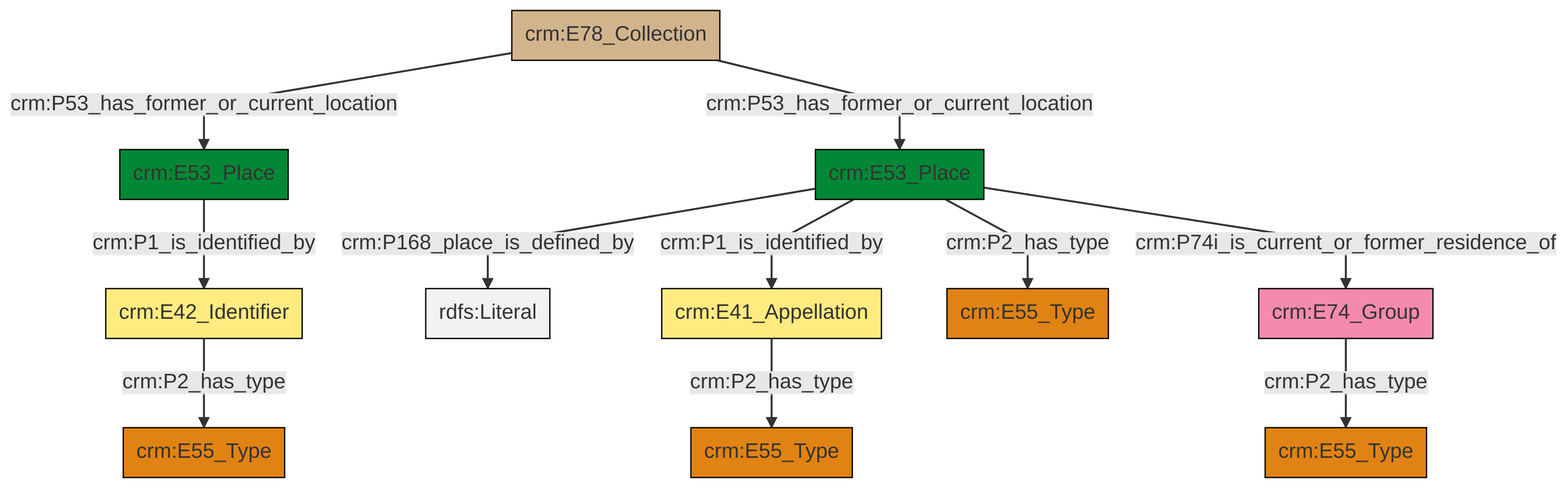
swiss-art-research-net/docs.swissartresearch keeps this Mermaid diagram as et/archivalCSV/ttl/mmd/png/archival_location.png. Above is the earlier version. Its source is kept beside it as et/archivalCSV/ttl/mmd/archival_location.ttl.mmd.
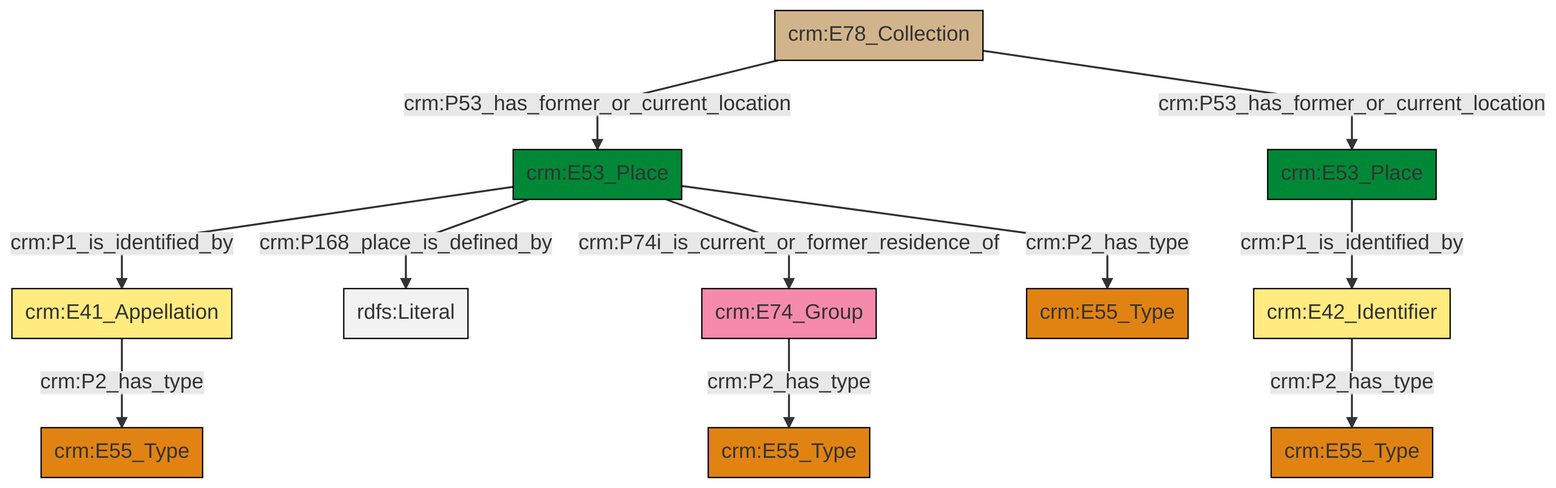
Above is the later version.

What changed in the source:
```diff
@@ -13,13 +13,13 @@
 classDef PC_Classes fill:#4ce600, stroke:#000000;
 classDef Multi fill:#cccccc,stroke:#000000;
 
-5["crm:E53_Place"]:::Place -->|crm:P168_place_is_defined_by| 6[rdfs:Literal]:::Literal
-9["crm:E41_Appellation"]:::Appellation -->|crm:P2_has_type| 3["crm:E55_Type"]:::Type
-10["crm:E78_Collection"]:::Physical_Thing -->|crm:P53_has_former_or_current_location| 13["crm:E53_Place"]:::Place
-5["crm:E53_Place"]:::Place -->|crm:P1_is_identified_by| 9["crm:E41_Appellation"]:::Appellation
-5["crm:E53_Place"]:::Place -->|crm:P2_has_type| 0["crm:E55_Type"]:::Type
-17["crm:E42_Identifier"]:::Appellation -->|crm:P2_has_type| 15["crm:E55_Type"]:::Type
-5["crm:E53_Place"]:::Place -->|crm:P74i_is_current_or_former_residence_of| 7["crm:E74_Group"]:::Actor
-13["crm:E53_Place"]:::Place -->|crm:P1_is_identified_by| 17["crm:E42_Identifier"]:::Appellation
-7["crm:E74_Group"]:::Actor -->|crm:P2_has_type| 19["crm:E55_Type"]:::Type
-10["crm:E78_Collection"]:::Physical_Thing -->|crm:P53_has_former_or_current_location| 5["crm:E53_Place"]:::Place
+0["crm:E53_Place"]:::Place -->|crm:P1_is_identified_by| 1["crm:E41_Appellation"]:::Appellation
+4["crm:E42_Identifier"]:::Appellation -->|crm:P2_has_type| 5["crm:E55_Type"]:::Type
+0["crm:E53_Place"]:::Place -->|crm:P168_place_is_defined_by| 11[rdfs:Literal]:::Literal
+0["crm:E53_Place"]:::Place -->|crm:P74i_is_current_or_former_residence_of| 8["crm:E74_Group"]:::Actor
+8["crm:E74_Group"]:::Actor -->|crm:P2_has_type| 14["crm:E55_Type"]:::Type
+12["crm:E78_Collection"]:::Physical_Thing -->|crm:P53_has_former_or_current_location| 0["crm:E53_Place"]:::Place
+18["crm:E53_Place"]:::Place -->|crm:P1_is_identified_by| 4["crm:E42_Identifier"]:::Appellation
+12["crm:E78_Collection"]:::Physical_Thing -->|crm:P53_has_former_or_current_location| 18["crm:E53_Place"]:::Place
+0["crm:E53_Place"]:::Place -->|crm:P2_has_type| 2["crm:E55_Type"]:::Type
+1["crm:E41_Appellation"]:::Appellation -->|crm:P2_has_type| 15["crm:E55_Type"]:::Type
```
